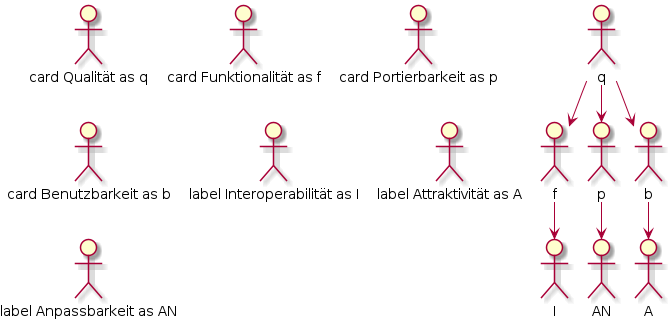
rocko/ost_sisidm_2021_apollo keeps this PlantUML diagram as build/html5/images/plantUMLqualitytree.png. Above is the earlier version. Source of this version:
```plantuml
@startuml
!pragma graphviz_dot smetana
left to right direction
skinparam roundCorner 15
:card Qualität as q:
:card Funktionalität as f:
:card Portierbarkeit as p:
:card Benutzbarkeit as b:
:label Interoperabilität as I:
:label Attraktivität as A:
:label Anpassbarkeit as AN:
q --> f
q --> p
q --> b
f --> I
b --> A
p --> AN
@enduml
```
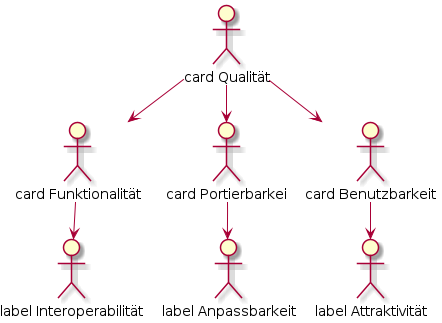
The same file after the commit.

What changed in the source:
```diff
@@ -2,13 +2,13 @@
 !pragma graphviz_dot smetana
 left to right direction
 skinparam roundCorner 15
-:card Qualität as q:
-:card Funktionalität as f:
-:card Portierbarkeit as p:
-:card Benutzbarkeit as b:
-:label Interoperabilität as I:
-:label Attraktivität as A:
-:label Anpassbarkeit as AN:
+:card Qualität: as q
+:card Funktionalität: as f
+:card Portierbarkei: as p
+:card Benutzbarkeit: as b
+:label Interoperabilität: as I
+:label Attraktivität: as A
+:label Anpassbarkeit: as AN
 q --> f
 q --> p
 q --> b
```
